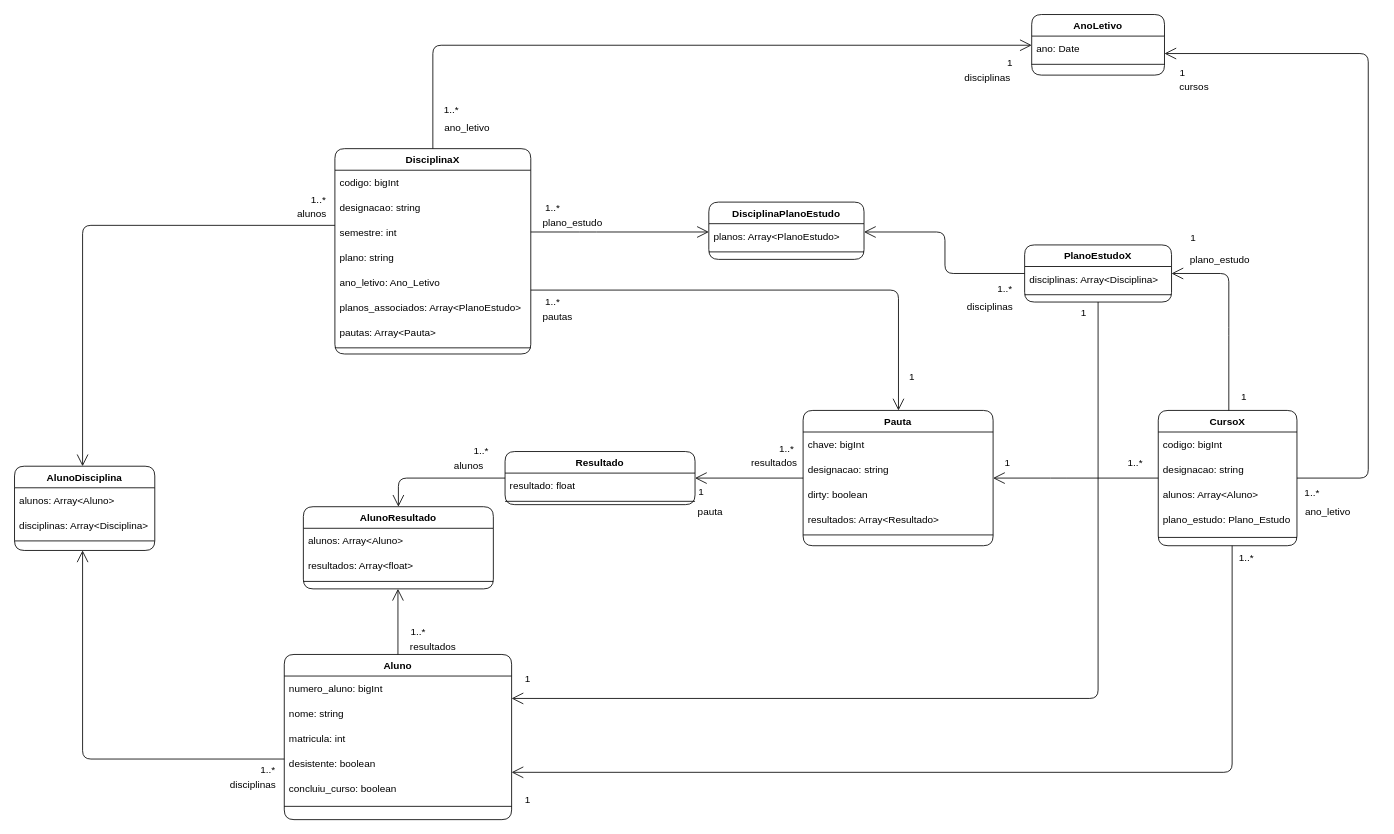
The draw.io diagram page "Domain" (1 of 2) of Docs/Diagrams.drawio in ruimpcastro/pweb2022, before the edit. Source tidied: cells renumbered, new cells numbered last; positions are measured from the earlier drawing's top-left corner, leaving out a move shared by most shapes. Both pictures are drawn from the tidied source at 83%, with x=0, y=0 at pixel (14, 14).
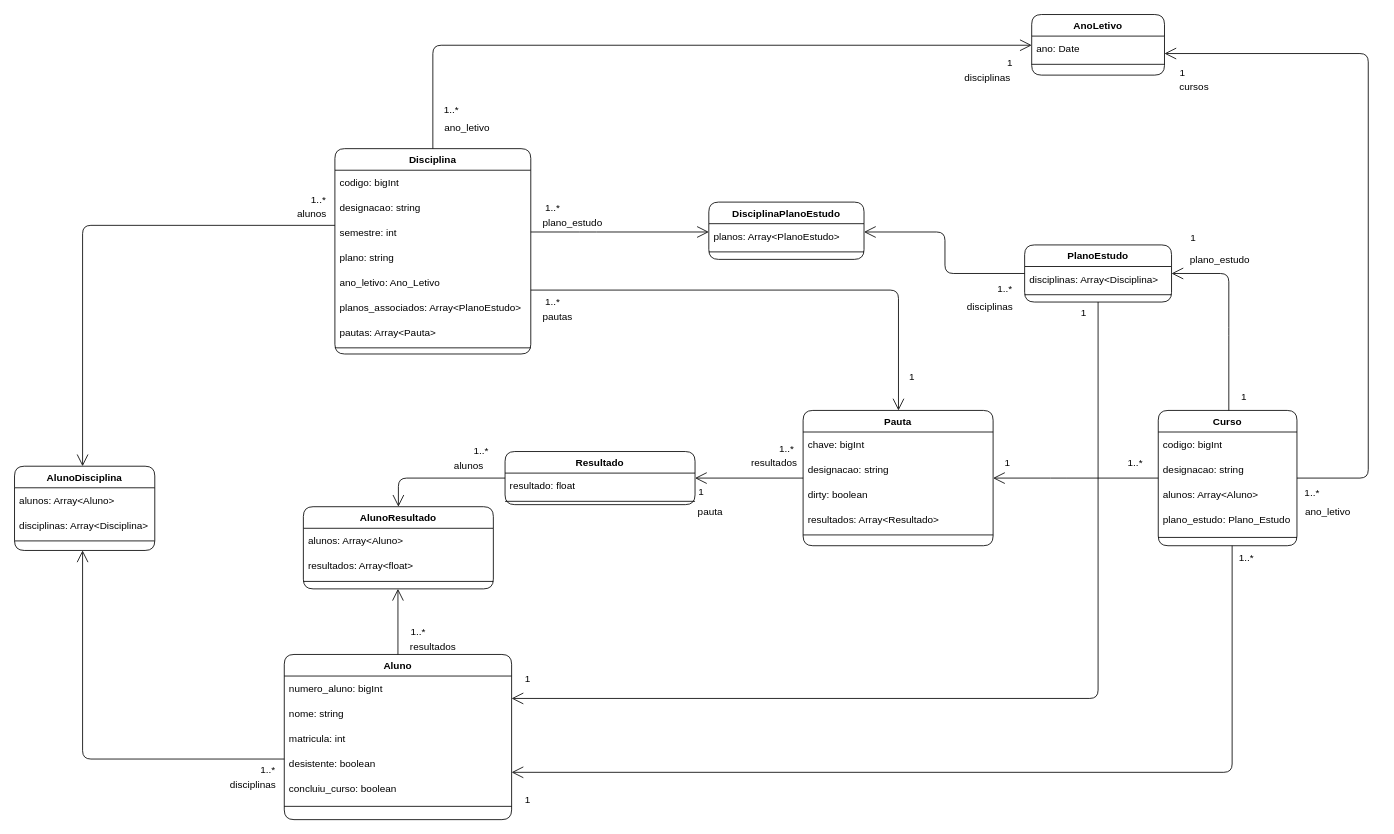
The same page after the edit.

Change to the diagram source:
```diff
@@
-    <mxCell id="9" value="DisciplinaX" style="swimlane;fontStyle=1;align=center;verticalAlign=top;horizontal=1;startSize=26;shadow=0;strokeWidth=1;rounded=1;" parent="1" vertex="1">
+    <mxCell id="9" value="Disciplina" style="swimlane;fontStyle=1;align=center;verticalAlign=top;horizontal=1;startSize=26;shadow=0;strokeWidth=1;rounded=1;" parent="1" vertex="1">
       <mxGeometry x="386" y="161.6" width="236" height="247.4" as="geometry" />
     </mxCell>
@@
-    <mxCell id="18" value="CursoX" style="swimlane;fontStyle=1;align=center;verticalAlign=top;horizontal=1;startSize=26;shadow=0;strokeWidth=1;rounded=1;" parent="1" vertex="1">
+    <mxCell id="18" value="Curso" style="swimlane;fontStyle=1;align=center;verticalAlign=top;horizontal=1;startSize=26;shadow=0;strokeWidth=1;rounded=1;" parent="1" vertex="1">
       <mxGeometry x="1378" y="477" width="167.1" height="163" as="geometry" />
     </mxCell>
@@
-    <mxCell id="24" value="PlanoEstudoX" style="swimlane;fontStyle=1;align=center;verticalAlign=top;horizontal=1;startSize=26;shadow=0;strokeWidth=1;rounded=1;" parent="1" vertex="1">
+    <mxCell id="24" value="PlanoEstudo" style="swimlane;fontStyle=1;align=center;verticalAlign=top;horizontal=1;startSize=26;shadow=0;strokeWidth=1;rounded=1;" parent="1" vertex="1">
       <mxGeometry x="1217" y="277.6" width="177" height="68.8" as="geometry" />
     </mxCell>
```
